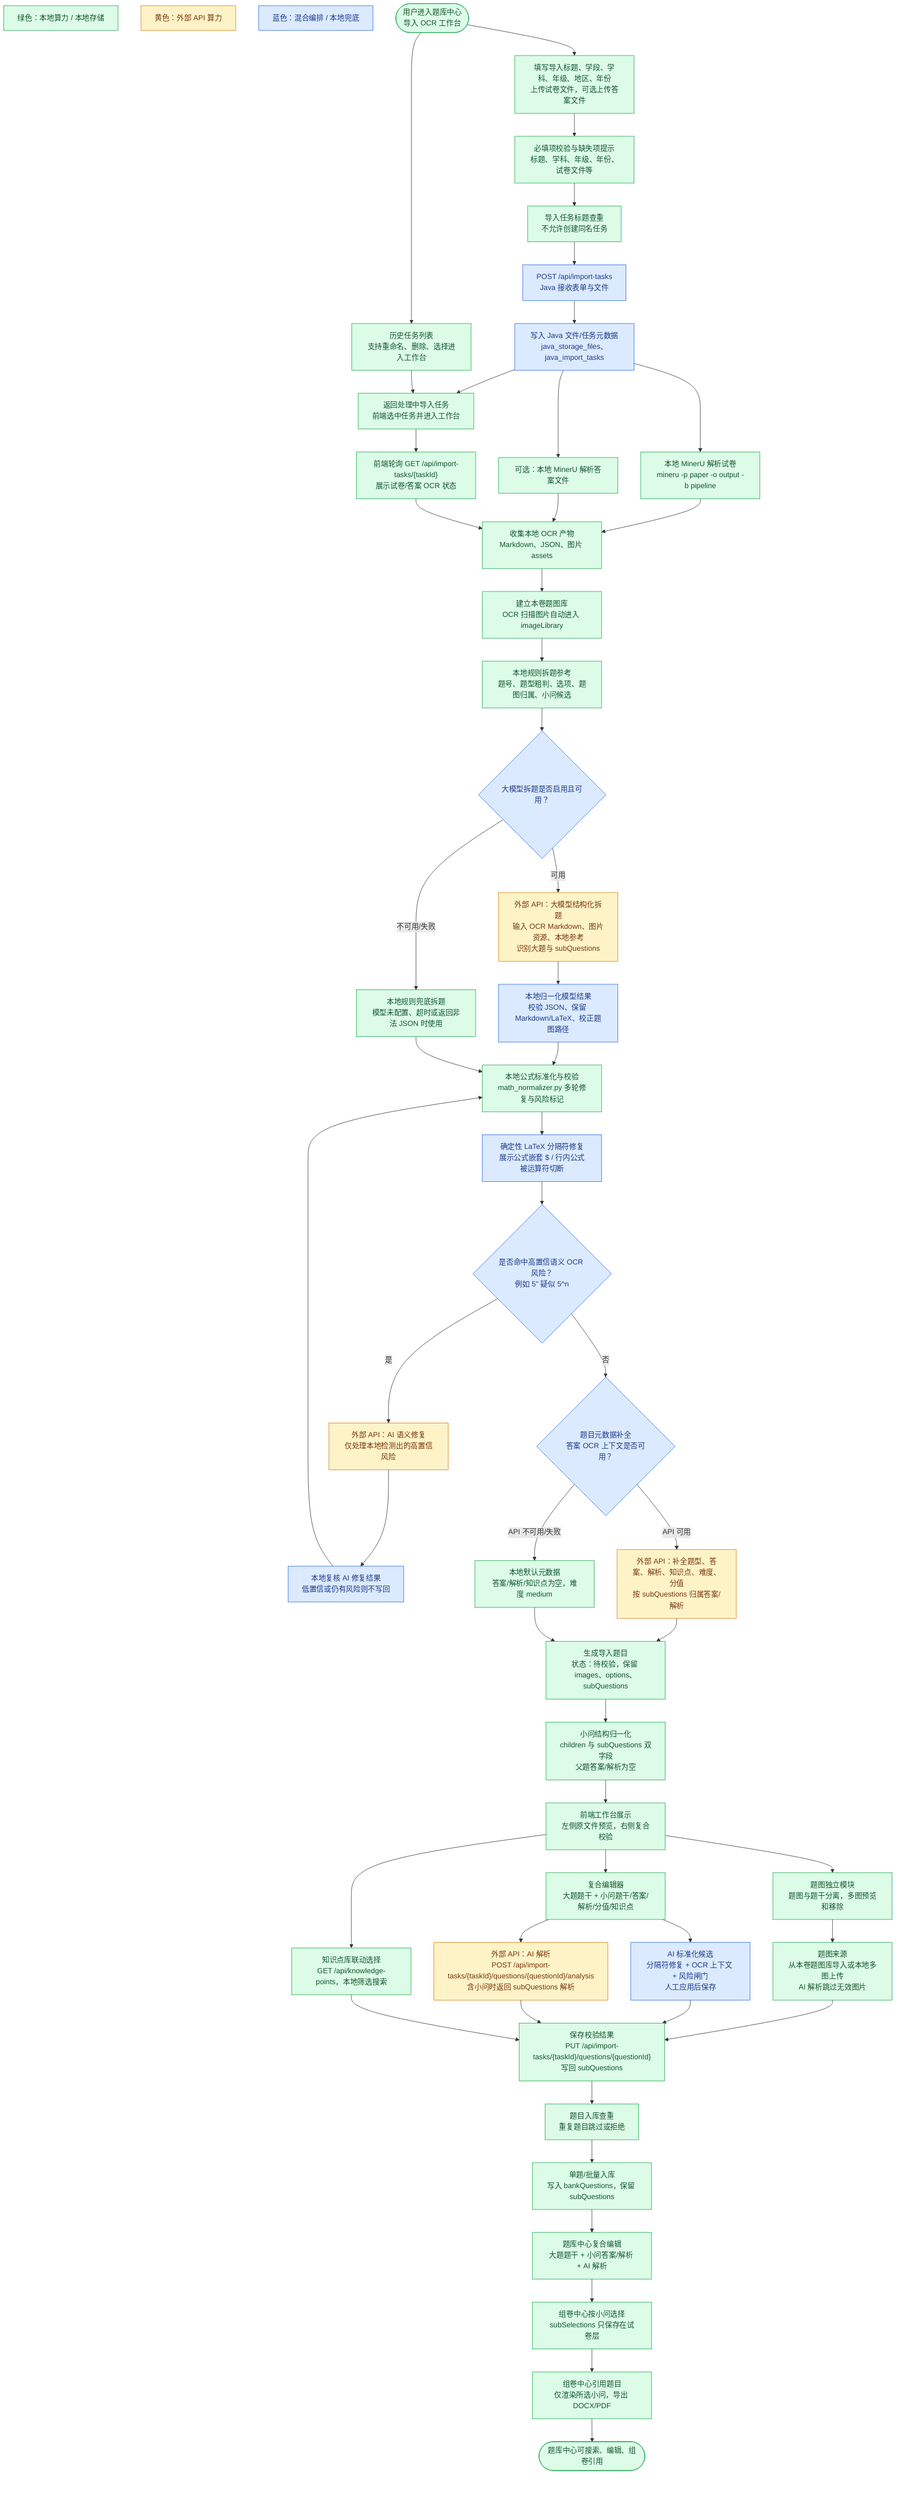
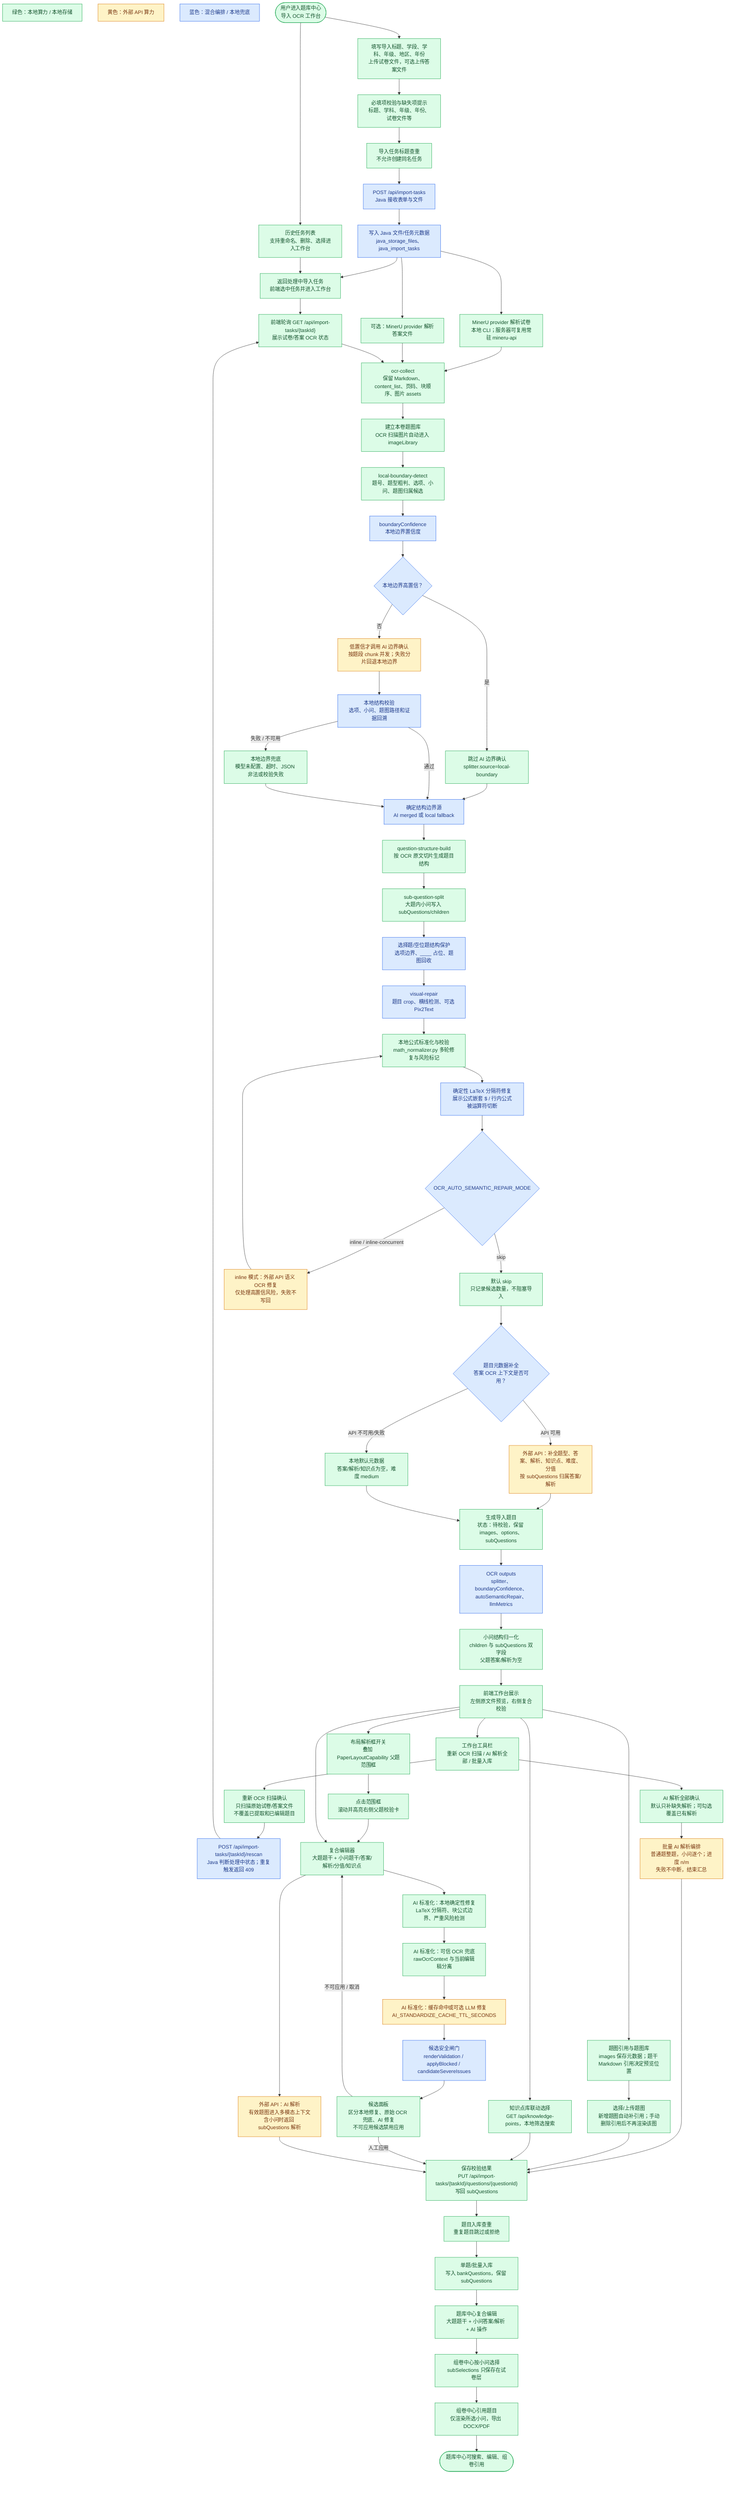
+ %% Version: 2026-07-09 / product v14 / PaperLayoutCapability
+ %% Status: current-primary
+ %% Scope: import OCR workbench UX, task lifecycle, rescan, batch AI analysis, and manual review.
flowchart TD
  LegendLocal["绿色：本地算力 / 本地存储"]:::local
  LegendExternal["黄色：外部 API 算力"]:::external
  LegendMixed["蓝色：混合编排 / 本地兜底"]:::mixed

  Start(["用户进入题库中心<br/>导入 OCR 工作台"]):::local
  Create["填写导入标题、学段、学科、年级、地区、年份<br/>上传试卷文件，可选上传答案文件"]:::local
  Required["必填项校验与缺失项提示<br/>标题、学科、年级、年份、试卷文件等"]:::local
  NameDedup["导入任务标题查重<br/>不允许创建同名任务"]:::local
  Post["POST /api/import-tasks<br/>Java 接收表单与文件"]:::mixed
  Persist["写入 Java 文件/任务元数据<br/>java_storage_files、java_import_tasks"]:::mixed
  ReturnTask["返回处理中导入任务<br/>前端选中任务并进入工作台"]:::local
  TaskManage["历史任务列表<br/>支持重命名、删除、选择进入工作台"]:::local

-   PaperOcr["本地 MinerU 解析试卷<br/>mineru -p paper -o output -b pipeline"]:::local
-   AnswerOcr["可选：本地 MinerU 解析答案文件"]:::local
+   PaperOcr["MinerU provider 解析试卷<br/>本地 CLI；服务器可复用常驻 mineru-api"]:::local
+   AnswerOcr["可选：MinerU provider 解析答案文件"]:::local
  Poll["前端轮询 GET /api/import-tasks/{taskId}<br/>展示试卷/答案 OCR 状态"]:::local
-   Collect["收集本地 OCR 产物<br/>Markdown、JSON、图片 assets"]:::local
+   Collect["ocr-collect<br/>保留 Markdown、content_list、页码、块顺序、图片 assets"]:::local
  ImageLibrary["建立本卷题图库<br/>OCR 扫描图片自动进入 imageLibrary"]:::local
-   RuleSplit["本地规则拆题参考<br/>题号、题型粗判、选项、题图归属、小问候选"]:::local

-   LlmSplit{"大模型拆题是否启用且可用？"}:::mixed
-   SplitApi["外部 API：大模型结构化拆题<br/>输入 OCR Markdown、图片资源、本地参考<br/>识别大题与 subQuestions"]:::external
-   SplitNormalize["本地归一化模型结果<br/>校验 JSON、保留 Markdown/LaTeX、校正题图路径"]:::mixed
-   RuleFallback["本地规则兜底拆题<br/>模型未配置、超时或返回非法 JSON 时使用"]:::local
+   LocalBoundary["local-boundary-detect<br/>题号、题型粗判、选项、小问、题图归属候选"]:::local
+   BoundaryConfidence["boundaryConfidence<br/>本地边界置信度"]:::mixed
+   BoundaryHigh{"本地边界高置信？"}:::mixed
+   BoundarySkip["跳过 AI 边界确认<br/>splitter.source=local-boundary"]:::local
+   LlmBoundary["低置信才调用 AI 边界确认<br/>按题段 chunk 并发；失败分片回退本地边界"]:::external
+   BoundaryValidate["本地结构校验<br/>选项、小问、题图路径和证据回溯"]:::mixed
+   BoundaryFallback["本地边界兜底<br/>模型未配置、超时、JSON 非法或校验失败"]:::local
+   BoundarySource["确定结构边界源<br/>AI merged 或 local fallback"]:::mixed

+   BuildStructure["question-structure-build<br/>按 OCR 原文切片生成题目结构"]:::local
+   SubQuestionSplit["sub-question-split<br/>大题内小问写入 subQuestions/children"]:::local
+   ChoiceBlankProtect["选择题/空位题结构保护<br/>选项边界、____ 占位、题图回收"]:::mixed
+   VisualRepair["visual-repair<br/>题目 crop、横线检测、可选 Pix2Text"]:::mixed
  MathNormalize["本地公式标准化与校验<br/>math_normalizer.py 多轮修复与风险标记"]:::local
  LatexDelimiter["确定性 LaTeX 分隔符修复<br/>展示公式嵌套 $ / 行内公式被运算符切断"]:::mixed
-   SemanticRisk{"是否命中高置信语义 OCR 风险？<br/>例如 5&quot; 疑似 5^n"}:::mixed
-   SemanticApi["外部 API：AI 语义修复<br/>仅处理本地检测出的高置信风险"]:::external
-   SemanticVerify["本地复核 AI 修复结果<br/>低置信或仍有风险则不写回"]:::mixed
+   AutoSemanticMode{"OCR_AUTO_SEMANTIC_REPAIR_MODE"}:::mixed
+   AutoSemanticSkip["默认 skip<br/>只记录候选数量，不阻塞导入"]:::local
+   SemanticApi["inline 模式：外部 API 语义 OCR 修复<br/>仅处理高置信风险，失败不写回"]:::external

  MetadataFlow{"题目元数据补全<br/>答案 OCR 上下文是否可用？"}:::mixed
  MetadataApi["外部 API：补全题型、答案、解析、知识点、难度、分值<br/>按 subQuestions 归属答案/解析"]:::external
  MetadataFallback["本地默认元数据<br/>答案/解析/知识点为空，难度 medium"]:::local

  BuildImport["生成导入题目<br/>状态：待校验，保留 images、options、subQuestions"]:::local
+   OcrOutputs["OCR outputs<br/>splitter、boundaryConfidence、autoSemanticRepair、llmMetrics"]:::mixed
  SubQuestionNormalize["小问结构归一化<br/>children 与 subQuestions 双字段<br/>父题答案/解析为空"]:::local
  Workbench["前端工作台展示<br/>左侧原文件预览，右侧复合校验"]:::local
-   FigureModule["题图独立模块<br/>题图与题干分离，多图预览和移除"]:::local
-   ImportImages["题图来源<br/>从本卷题图库导入或本地多图上传<br/>AI 解析跳过无效图片"]:::local
+   LayoutToggle["布局解析框开关<br/>叠加 PaperLayoutCapability 父题范围框"]:::local
+   LayoutClick["点击范围框<br/>滚动并高亮右侧父题校验卡"]:::local
+   Toolbar["工作台工具栏<br/>重新 OCR 扫描 / AI 解析全部 / 批量入库"]:::local
+   RescanConfirm["重新 OCR 扫描确认<br/>只扫描原始试卷/答案文件<br/>不覆盖已提取和已编辑题目"]:::local
+   RescanApi["POST /api/import-tasks/{taskId}/rescan<br/>Java 判断处理中状态；重复触发返回 409"]:::mixed
+   BatchAiConfirm["AI 解析全部确认<br/>默认只补缺失解析；可勾选覆盖已有解析"]:::local
+   BatchAiLoop["批量 AI 解析编排<br/>普通题整题，小问逐个；进度 n/m<br/>失败不中断，结束汇总"]:::external
+   FigureRefs["题图引用与题图库<br/>images 保存元数据；题干 Markdown 引用决定预览位置"]:::local
+   ImportImages["选择/上传题图<br/>新增题图自动补引用；手动删除引用后不再渲染该图"]:::local
  KnowledgePick["知识点库联动选择<br/>GET /api/knowledge-points，本地筛选搜索"]:::local
  ManualEdit["复合编辑器<br/>大题题干 + 小问题干/答案/解析/分值/知识点"]:::local
-   AiStandardize["AI 标准化候选<br/>分隔符修复 + OCR 上下文 + 风险闸门<br/>人工应用后保存"]:::mixed
-   AiAnalysis["外部 API：AI 解析<br/>POST /api/import-tasks/{taskId}/questions/{questionId}/analysis<br/>含小问时返回 subQuestions 解析"]:::external
+ 
+   StdLocal["AI 标准化：本地确定性修复<br/>LaTeX 分隔符、块公式边界、严重风险检测"]:::local
+   StdOcr["AI 标准化：可信 OCR 兜底<br/>rawOcrContext 与当前编辑稿分离"]:::local
+   StdLlm["AI 标准化：缓存命中或可选 LLM 修复<br/>AI_STANDARDIZE_CACHE_TTL_SECONDS"]:::external
+   StdGate["候选安全闸门<br/>renderValidation / applyBlocked / candidateSevereIssues"]:::mixed
+   CandidatePanel["候选面板<br/>区分本地修复、原始 OCR 兜底、AI 修复<br/>不可应用候选禁用应用"]:::local
+   AiAnalysis["外部 API：AI 解析<br/>有效题图进入多模态上下文<br/>含小问时返回 subQuestions 解析"]:::external
  SaveReview["保存校验结果<br/>PUT /api/import-tasks/{taskId}/questions/{questionId}<br/>写回 subQuestions"]:::local
  BankDedup["题目入库查重<br/>重复题目跳过或拒绝"]:::local
  Bank["单题/批量入库<br/>写入 bankQuestions，保留 subQuestions"]:::local
-   BankEdit["题库中心复合编辑<br/>大题题干 + 小问答案/解析 + AI 解析"]:::local
+   BankEdit["题库中心复合编辑<br/>大题题干 + 小问答案/解析 + AI 操作"]:::local
  PaperSubSelect["组卷中心按小问选择<br/>subSelections 只保存在试卷层"]:::local
  PaperExport["组卷中心引用题目<br/>仅渲染所选小问，导出 DOCX/PDF"]:::local
  End(["题库中心可搜索、编辑、组卷引用"]):::local

  Start --> Create --> Required --> NameDedup --> Post --> Persist --> ReturnTask
  Start --> TaskManage --> ReturnTask
  Persist --> PaperOcr
  Persist --> AnswerOcr
  ReturnTask --> Poll
  PaperOcr --> Collect
  AnswerOcr --> Collect
  Poll --> Collect
-   Collect --> ImageLibrary --> RuleSplit --> LlmSplit
-   LlmSplit -- "可用" --> SplitApi --> SplitNormalize
-   LlmSplit -- "不可用/失败" --> RuleFallback
-   SplitNormalize --> MathNormalize
-   RuleFallback --> MathNormalize
-   MathNormalize --> LatexDelimiter --> SemanticRisk
-   SemanticRisk -- "是" --> SemanticApi --> SemanticVerify --> MathNormalize
-   SemanticRisk -- "否" --> MetadataFlow
+   Collect --> ImageLibrary --> LocalBoundary --> BoundaryConfidence --> BoundaryHigh
+   BoundaryHigh -- "是" --> BoundarySkip --> BoundarySource
+   BoundaryHigh -- "否" --> LlmBoundary --> BoundaryValidate
+   BoundaryValidate -- "通过" --> BoundarySource
+   BoundaryValidate -- "失败 / 不可用" --> BoundaryFallback --> BoundarySource
+   BoundarySource --> BuildStructure --> SubQuestionSplit --> ChoiceBlankProtect --> VisualRepair --> MathNormalize
+   MathNormalize --> LatexDelimiter --> AutoSemanticMode
+   AutoSemanticMode -- "skip" --> AutoSemanticSkip --> MetadataFlow
+   AutoSemanticMode -- "inline / inline-concurrent" --> SemanticApi --> MathNormalize
  MetadataFlow -- "API 可用" --> MetadataApi --> BuildImport
  MetadataFlow -- "API 不可用/失败" --> MetadataFallback --> BuildImport
-   BuildImport --> SubQuestionNormalize --> Workbench
-   Workbench --> FigureModule --> ImportImages --> SaveReview
-   Workbench --> KnowledgePick
+   BuildImport --> OcrOutputs --> SubQuestionNormalize --> Workbench
+   Workbench --> LayoutToggle --> LayoutClick --> ManualEdit
+   Workbench --> Toolbar
+   Toolbar --> RescanConfirm --> RescanApi --> Poll
+   Toolbar --> BatchAiConfirm --> BatchAiLoop --> SaveReview
+   Workbench --> FigureRefs --> ImportImages --> SaveReview
+   Workbench --> KnowledgePick --> SaveReview
  Workbench --> ManualEdit
-   ManualEdit --> AiStandardize --> SaveReview
+   ManualEdit --> StdLocal --> StdOcr --> StdLlm --> StdGate --> CandidatePanel
+   CandidatePanel -- "人工应用" --> SaveReview
+   CandidatePanel -- "不可应用 / 取消" --> ManualEdit
  ManualEdit --> AiAnalysis --> SaveReview
-   KnowledgePick --> SaveReview
  SaveReview --> BankDedup --> Bank --> BankEdit --> PaperSubSelect --> PaperExport --> End

  classDef local fill:#dcfce7,stroke:#16a34a,color:#14532d,stroke-width:1px;
  classDef external fill:#fef3c7,stroke:#d97706,color:#78350f,stroke-width:1px;
  classDef mixed fill:#dbeafe,stroke:#2563eb,color:#1e3a8a,stroke-width:1px;
